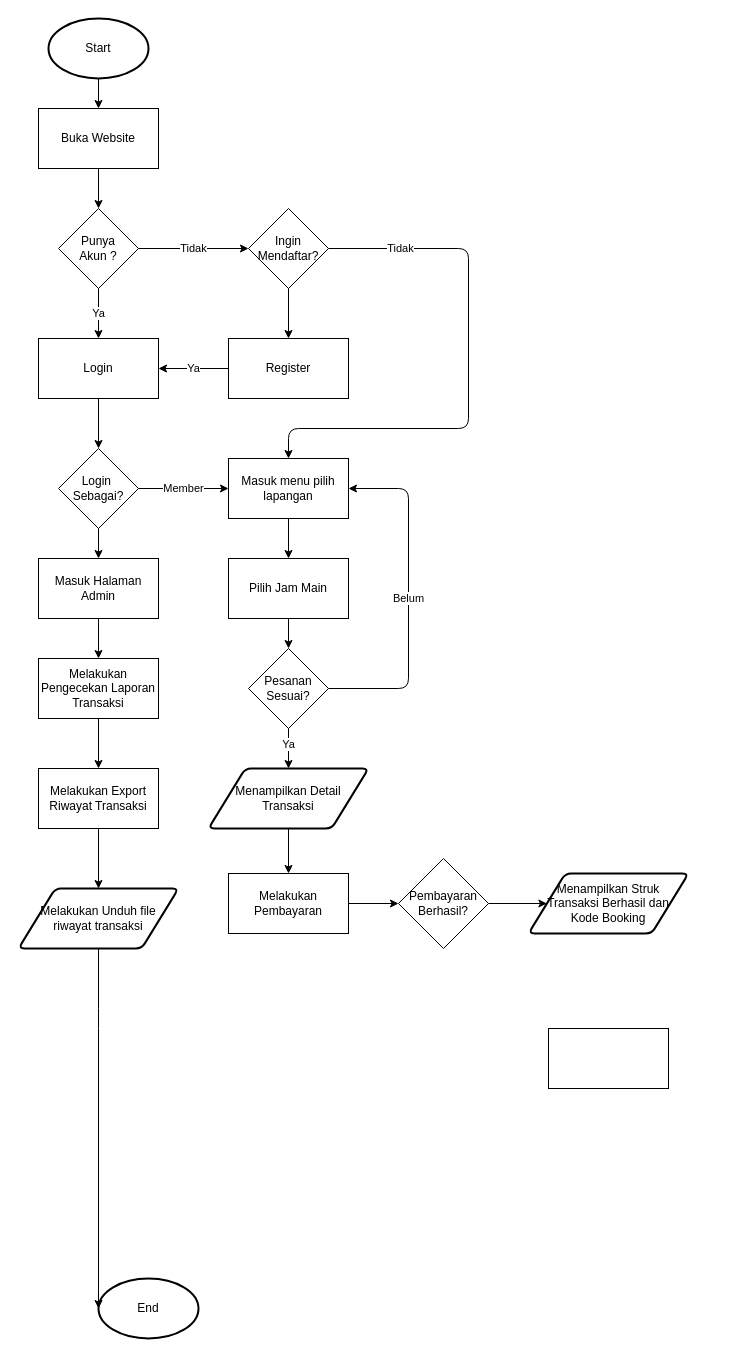
Above: flowchart.drawio in satriabagusi/cpo-sport (draw.io), before the change. Source tidied: cells renumbered, new cells numbered last; positions are measured from the earlier drawing's top-left corner, leaving out a move shared by most shapes. Both pictures are drawn from the tidied source at 100%, with x=0, y=0 at pixel (18, 18).
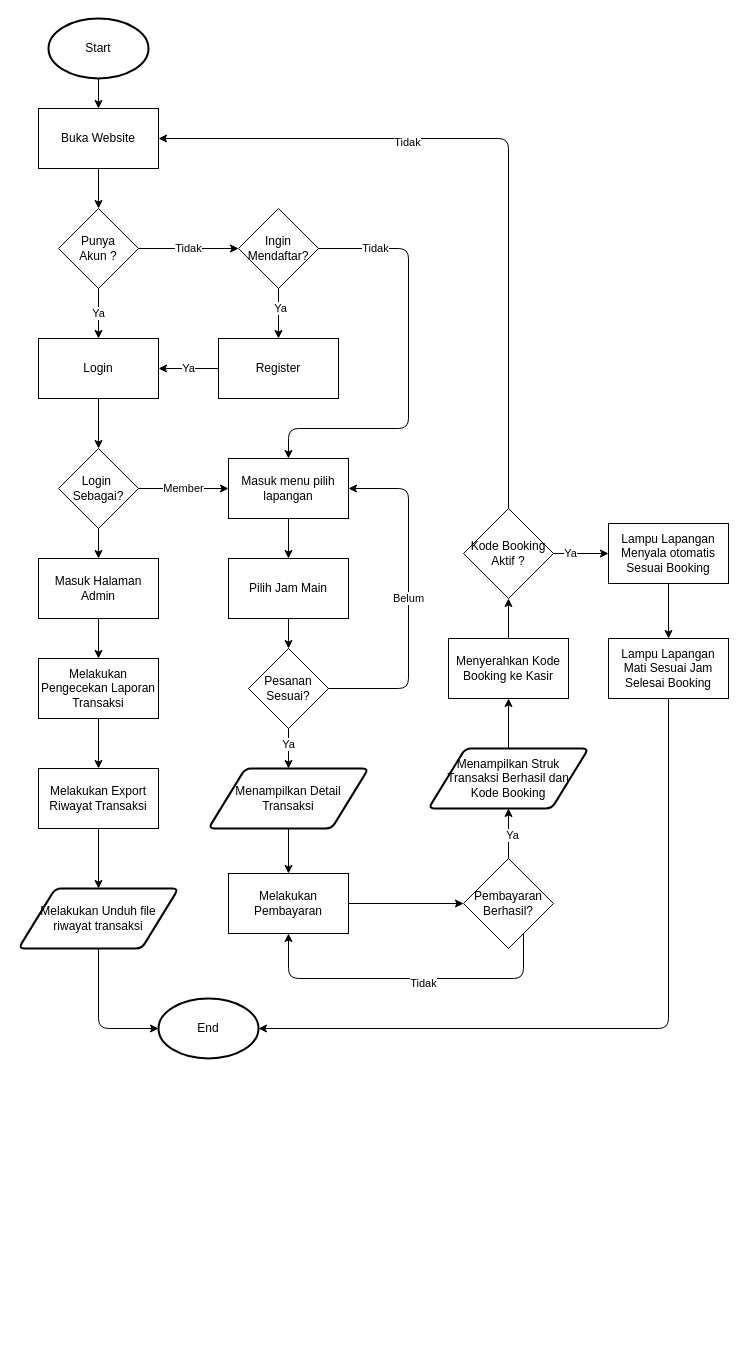
The same diagram, later.

The change refers to these unchanged cells:
```xml
<mxCell id="6" value="Buka Website" style="rounded=0;whiteSpace=wrap;html=1;" parent="1" vertex="1">
  <mxGeometry x="20" y="90" width="120" height="60" as="geometry" />
</mxCell>
<mxCell id="14" style="edgeStyle=orthogonalEdgeStyle;html=1;entryX=0.5;entryY=0;entryDx=0;entryDy=0;" parent="1" edge="1" source="16" target="13">
  <mxGeometry relative="1" as="geometry" />
</mxCell>
<mxCell id="23" value="Masuk menu pilih lapangan" style="rounded=0;whiteSpace=wrap;html=1;" parent="1" vertex="1">
  <mxGeometry x="210" y="440" width="120" height="60" as="geometry" />
</mxCell>
<mxCell id="30" value="Melakukan Pembayaran" style="rounded=0;whiteSpace=wrap;html=1;" parent="1" vertex="1">
  <mxGeometry x="210" y="855" width="120" height="60" as="geometry" />
</mxCell>
<mxCell id="42" value="Melakukan Unduh file &lt;br&gt;riwayat transaksi" style="shape=parallelogram;html=1;strokeWidth=2;perimeter=parallelogramPerimeter;whiteSpace=wrap;rounded=1;arcSize=12;size=0.23;" parent="1" vertex="1">
  <mxGeometry y="870" width="160" height="60" as="geometry" />
</mxCell>
```

Diff of the diagram source:
```diff
@@
     <mxCell id="13" value="Register" style="rounded=0;whiteSpace=wrap;html=1;" parent="1" vertex="1">
-      <mxGeometry x="210" y="320" width="120" height="60" as="geometry" />
+      <mxGeometry x="200" y="320" width="120" height="60" as="geometry" />
     </mxCell>
@@
+    <mxCell id="44" value="Ya" style="edgeLabel;html=1;align=center;verticalAlign=middle;" parent="14" vertex="1">
+      <mxGeometry x="-0.24" y="1" relative="1" as="geometry" />
+    </mxCell>
     <mxCell id="15" value="Tidak" style="edgeStyle=orthogonalEdgeStyle;html=1;entryX=0.5;entryY=0;entryDx=0;entryDy=0;" parent="1" edge="1" source="16" target="23">
       <mxGeometry x="-0.73" relative="1" as="geometry">
         <Array as="points">
-          <mxPoint x="450" y="230" />
-          <mxPoint x="450" y="410" />
+          <mxPoint x="390" y="230" />
+          <mxPoint x="390" y="410" />
           <mxPoint x="270" y="410" />
         </Array>
       </mxGeometry>
     </mxCell>
     <mxCell id="16" value="Ingin Mendaftar?" style="rhombus;whiteSpace=wrap;html=1;" parent="1" vertex="1">
-      <mxGeometry x="230" y="190" width="80" height="80" as="geometry" />
+      <mxGeometry x="220" y="190" width="80" height="80" as="geometry" />
     </mxCell>
@@
-    <mxCell id="33" style="edgeStyle=orthogonalEdgeStyle;html=1;entryX=0;entryY=0.5;entryDx=0;entryDy=0;" parent="1" edge="1" source="34" target="35">
+    <mxCell id="33" style="edgeStyle=orthogonalEdgeStyle;html=1;entryX=0.5;entryY=1;entryDx=0;entryDy=0;" parent="1" edge="1" source="34" target="35">
       <mxGeometry relative="1" as="geometry" />
     </mxCell>
+    <mxCell id="45" value="Ya" style="edgeLabel;html=1;align=center;verticalAlign=middle;" parent="33" vertex="1">
+      <mxGeometry x="-0.04" y="-3" relative="1" as="geometry" />
+    </mxCell>
+    <mxCell id="46" style="edgeStyle=orthogonalEdgeStyle;html=1;entryX=0.5;entryY=1;entryDx=0;entryDy=0;" parent="1" edge="1" source="34" target="30">
+      <mxGeometry relative="1" as="geometry">
+        <Array as="points">
+          <mxPoint x="505" y="960" />
+          <mxPoint x="270" y="960" />
+        </Array>
+      </mxGeometry>
+    </mxCell>
+    <mxCell id="47" value="Tidak" style="edgeLabel;html=1;align=center;verticalAlign=middle;" parent="46" vertex="1">
+      <mxGeometry x="-0.1" y="4" relative="1" as="geometry" />
+    </mxCell>
     <mxCell id="34" value="Pembayaran Berhasil?" style="rhombus;whiteSpace=wrap;html=1;" parent="1" vertex="1">
-      <mxGeometry x="380" y="840" width="90" height="90" as="geometry" />
+      <mxGeometry x="445" y="840" width="90" height="90" as="geometry" />
     </mxCell>
+    <mxCell id="48" style="edgeStyle=orthogonalEdgeStyle;html=1;entryX=0.5;entryY=1;entryDx=0;entryDy=0;" parent="1" edge="1" source="35" target="43">
+      <mxGeometry relative="1" as="geometry" />
+    </mxCell>
     <mxCell id="35" value="Menampilkan Struk &lt;br&gt;Transaksi Berhasil dan &lt;br&gt;Kode Booking" style="shape=parallelogram;html=1;strokeWidth=2;perimeter=parallelogramPerimeter;whiteSpace=wrap;rounded=1;arcSize=12;size=0.23;" parent="1" vertex="1">
-      <mxGeometry x="510" y="855" width="160" height="60" as="geometry" />
+      <mxGeometry x="410" y="730" width="160" height="60" as="geometry" />
     </mxCell>
@@
     <mxCell id="38" value="End" style="strokeWidth=2;html=1;shape=mxgraph.flowchart.start_1;whiteSpace=wrap;" parent="1" vertex="1">
-      <mxGeometry x="80" y="1260" width="100" height="60" as="geometry" />
+      <mxGeometry x="140" y="980" width="100" height="60" as="geometry" />
     </mxCell>
@@
     <mxCell id="41" style="edgeStyle=orthogonalEdgeStyle;html=1;entryX=0;entryY=0.5;entryDx=0;entryDy=0;entryPerimeter=0;" parent="1" edge="1" source="42" target="38">
       <mxGeometry relative="1" as="geometry">
         <Array as="points">
-          <mxPoint x="80" y="1000" />
+          <mxPoint x="80" y="1010" />
         </Array>
       </mxGeometry>
     </mxCell>
@@
+    <mxCell id="49" style="edgeStyle=orthogonalEdgeStyle;html=1;entryX=0.5;entryY=1;entryDx=0;entryDy=0;" parent="1" edge="1" source="43" target="54">
+      <mxGeometry relative="1" as="geometry" />
+    </mxCell>
-    <mxCell id="43" style="rounded=0;whiteSpace=wrap;html=1;" parent="1" vertex="1">
-      <mxGeometry x="530" y="1010" width="120" height="60" as="geometry" />
+    <mxCell id="43" value="Menyerahkan Kode Booking ke Kasir" style="rounded=0;whiteSpace=wrap;html=1;" parent="1" vertex="1">
+      <mxGeometry x="430" y="620" width="120" height="60" as="geometry" />
     </mxCell>
+    <mxCell id="50" style="edgeStyle=orthogonalEdgeStyle;html=1;entryX=1;entryY=0.5;entryDx=0;entryDy=0;" parent="1" edge="1" source="54" target="6">
+      <mxGeometry relative="1" as="geometry">
+        <Array as="points">
+          <mxPoint x="490" y="120" />
+        </Array>
+      </mxGeometry>
+    </mxCell>
+    <mxCell id="51" value="Tidak" style="edgeLabel;html=1;align=center;verticalAlign=middle;" parent="50" vertex="1">
+      <mxGeometry x="0.31" y="3" relative="1" as="geometry" />
+    </mxCell>
+    <mxCell id="52" style="edgeStyle=orthogonalEdgeStyle;html=1;entryX=0;entryY=0.5;entryDx=0;entryDy=0;" parent="1" edge="1" source="54" target="56">
+      <mxGeometry relative="1" as="geometry" />
+    </mxCell>
+    <mxCell id="53" value="Ya" style="edgeLabel;html=1;align=center;verticalAlign=middle;" parent="52" vertex="1">
+      <mxGeometry x="-0.42" y="1" relative="1" as="geometry" />
+    </mxCell>
+    <mxCell id="54" value="Kode Booking&lt;br&gt;Aktif ?" style="rhombus;whiteSpace=wrap;html=1;" parent="1" vertex="1">
+      <mxGeometry x="445" y="490" width="90" height="90" as="geometry" />
+    </mxCell>
+    <mxCell id="55" style="edgeStyle=orthogonalEdgeStyle;html=1;entryX=0.5;entryY=0;entryDx=0;entryDy=0;" parent="1" edge="1" source="56" target="58">
+      <mxGeometry relative="1" as="geometry" />
+    </mxCell>
+    <mxCell id="56" value="Lampu Lapangan Menyala otomatis&lt;br&gt;Sesuai Booking" style="rounded=0;whiteSpace=wrap;html=1;" parent="1" vertex="1">
+      <mxGeometry x="590" y="505" width="120" height="60" as="geometry" />
+    </mxCell>
+    <mxCell id="57" style="edgeStyle=orthogonalEdgeStyle;html=1;entryX=1;entryY=0.5;entryDx=0;entryDy=0;entryPerimeter=0;" parent="1" edge="1" source="58" target="38">
+      <mxGeometry relative="1" as="geometry">
+        <Array as="points">
+          <mxPoint x="650" y="1010" />
+        </Array>
+      </mxGeometry>
+    </mxCell>
+    <mxCell id="58" value="Lampu Lapangan Mati Sesuai Jam Selesai Booking" style="rounded=0;whiteSpace=wrap;html=1;" parent="1" vertex="1">
+      <mxGeometry x="590" y="620" width="120" height="60" as="geometry" />
+    </mxCell>
```
